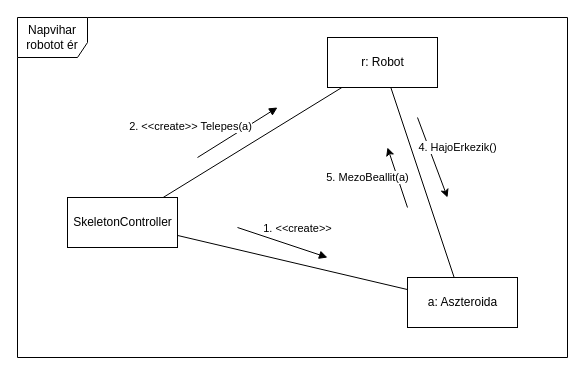
The draw.io diagram doc/kommunikacio/kom_NapviharRobot.drawio in torpeBoiGo/aszteroidabanyaszat, before the edit. Source tidied: cells renumbered, new cells numbered last; positions are measured from the earlier drawing's top-left corner, leaving out a move shared by most shapes. Both pictures are drawn from the tidied source at 100%, with x=0, y=0 at pixel (17, 17).
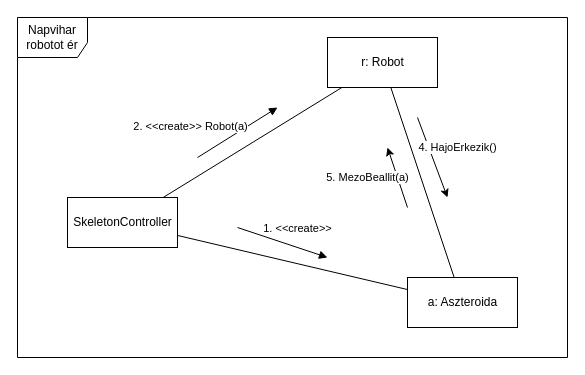
The same page after the edit.

What changed in the source:
```diff
@@
 <mxGraphModel>
   <root>
     <mxCell id="0" />
     <mxCell id="1" parent="0" />
     <mxCell id="2" value="Napvihar robotot ér" style="shape=umlFrame;whiteSpace=wrap;html=1;width=70;height=40;" parent="1" vertex="1">
       <mxGeometry width="550" height="340" as="geometry" />
     </mxCell>
     <mxCell id="3" value="SkeletonController" style="html=1;" parent="1" vertex="1">
       <mxGeometry x="50" y="180" width="110" height="50" as="geometry" />
     </mxCell>
     <mxCell id="4" value="r: Robot" style="html=1;" parent="1" vertex="1">
       <mxGeometry x="310" y="20" width="110" height="50" as="geometry" />
     </mxCell>
     <mxCell id="5" value="a: Aszteroida" style="html=1;" parent="1" vertex="1">
       <mxGeometry x="390" y="260" width="110" height="50" as="geometry" />
     </mxCell>
     <mxCell id="6" style="endArrow=none;html=1;" parent="1" edge="1" source="3" target="4">
       <mxGeometry relative="1" as="geometry" />
     </mxCell>
     <mxCell id="7" style="endArrow=none;html=1;" parent="1" edge="1" source="3" target="5">
       <mxGeometry relative="1" as="geometry" />
     </mxCell>
-    <mxCell id="8" value="2. &amp;lt;&amp;lt;create&amp;gt;&amp;gt; Telepes(a)" style="html=1;verticalAlign=bottom;endArrow=block;" parent="1" edge="1">
+    <mxCell id="8" value="2. &amp;lt;&amp;lt;create&amp;gt;&amp;gt; Robot(a)" style="html=1;verticalAlign=bottom;endArrow=block;" parent="1" edge="1">
       <mxGeometry x="-0.87" y="22" relative="1" as="geometry">
         <mxPoint x="180" y="140" as="sourcePoint" />
         <mxPoint x="260" y="90" as="targetPoint" />
       </mxGeometry>
     </mxCell>
     <mxCell id="9" value="1. &amp;lt;&amp;lt;create&amp;gt;&amp;gt;" style="html=1;verticalAlign=bottom;endArrow=block;" parent="1" edge="1">
       <mxGeometry x="0.27" y="9" relative="1" as="geometry">
         <mxPoint x="220" y="210" as="sourcePoint" />
         <mxPoint x="310" y="240" as="targetPoint" />
       </mxGeometry>
     </mxCell>
     <mxCell id="10" style="endArrow=none;html=1;" parent="1" edge="1" source="5" target="4">
       <mxGeometry relative="1" as="geometry" />
     </mxCell>
     <mxCell id="11" value="5. MezoBeallit(a)" style="endArrow=classic;html=1;" parent="1" edge="1">
       <mxGeometry x="0.3" y="28" relative="1" as="geometry">
         <mxPoint x="390" y="190" as="sourcePoint" />
         <mxPoint x="370" y="130" as="targetPoint" />
       </mxGeometry>
     </mxCell>
     <mxCell id="12" value="4. HajoErkezik()" style="endArrow=classic;html=1;" parent="1" edge="1">
       <mxGeometry x="-0.01" y="27" relative="1" as="geometry">
         <mxPoint x="400" y="100" as="sourcePoint" />
         <mxPoint x="430" y="180" as="targetPoint" />
       </mxGeometry>
     </mxCell>
   </root>
 </mxGraphModel>
```
